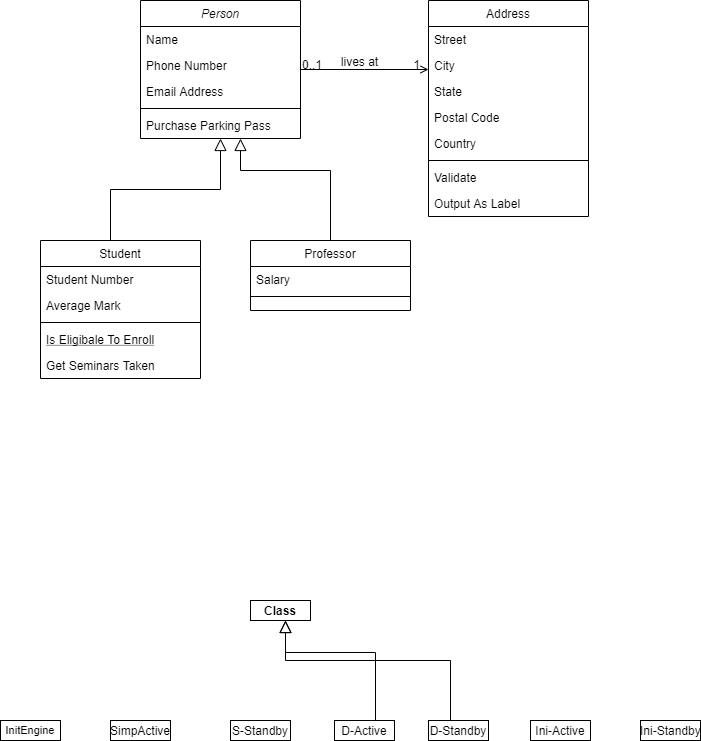
This is UML/Engine.png from Steve888888/FN-Redundancy, a draw.io export, as it was before one commit. Source tidied: cells renumbered, new cells last; positions are measured from the earlier drawing's top-left corner, leaving out a move shared by most shapes.
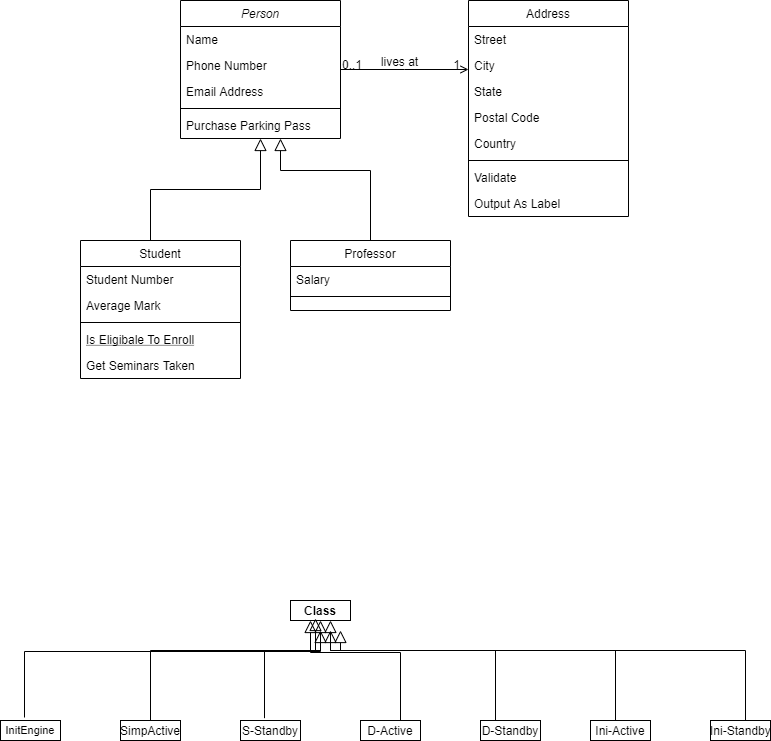
Above is the later version.

Change to the diagram source:
```diff
@@ -113,42 +113,85 @@
     </mxCell>
     <mxCell id="33" style="endArrow=block;endSize=10;endFill=0;shadow=0;strokeWidth=1;rounded=0;edgeStyle=elbowEdgeStyle;elbow=vertical;" parent="1" edge="1">
       <mxGeometry relative="1" as="geometry">
-        <mxPoint x="375" y="722" as="sourcePoint" />
-        <mxPoint x="285" y="620" as="targetPoint" />
+        <mxPoint x="360" y="722" as="sourcePoint" />
+        <mxPoint x="270" y="620" as="targetPoint" />
         <Array as="points">
-          <mxPoint x="285" y="652" />
+          <mxPoint x="270" y="652" />
         </Array>
       </mxGeometry>
     </mxCell>
     <mxCell id="34" value="&lt;p style=&quot;margin: 4px 0px 0px ; text-align: center ; font-size: 11px&quot;&gt;&lt;font style=&quot;font-size: 11px&quot;&gt;InitEngine&lt;br&gt;&lt;/font&gt;&lt;/p&gt;&lt;hr size=&quot;1&quot; style=&quot;font-size: 11px&quot;&gt;&lt;div style=&quot;height: 2px ; font-size: 11px&quot;&gt;&lt;/div&gt;" style="verticalAlign=top;align=left;overflow=fill;fontSize=12;fontFamily=Helvetica;html=1;" parent="1" vertex="1">
-      <mxGeometry y="720" width="60" height="20" as="geometry" />
+      <mxGeometry x="-40" y="720" width="60" height="20" as="geometry" />
     </mxCell>
     <mxCell id="35" value="&lt;p style=&quot;margin: 4px 0px 0px ; text-align: center&quot;&gt;SimpActive&lt;br&gt;&lt;/p&gt;" style="verticalAlign=top;align=left;overflow=fill;fontSize=12;fontFamily=Helvetica;html=1;" parent="1" vertex="1">
-      <mxGeometry x="110" y="720" width="60" height="20" as="geometry" />
+      <mxGeometry x="80" y="720" width="60" height="20" as="geometry" />
     </mxCell>
     <mxCell id="36" value="&lt;p style=&quot;margin: 0px ; margin-top: 4px ; text-align: center&quot;&gt;D-Active&lt;/p&gt;&lt;hr size=&quot;1&quot;&gt;&lt;div style=&quot;height: 2px&quot;&gt;&lt;/div&gt;" style="verticalAlign=top;align=left;overflow=fill;fontSize=12;fontFamily=Helvetica;html=1;" parent="1" vertex="1">
-      <mxGeometry x="334" y="720" width="60" height="20" as="geometry" />
+      <mxGeometry x="320" y="720" width="60" height="20" as="geometry" />
     </mxCell>
     <mxCell id="37" value="&lt;p style=&quot;margin: 0px ; margin-top: 4px ; text-align: center&quot;&gt;D-Standby&lt;br&gt;&lt;/p&gt;&lt;hr size=&quot;1&quot;&gt;&lt;div style=&quot;height: 2px&quot;&gt;&lt;/div&gt;" style="verticalAlign=top;align=left;overflow=fill;fontSize=12;fontFamily=Helvetica;html=1;" parent="1" vertex="1">
-      <mxGeometry x="428" y="720" width="60" height="20" as="geometry" />
+      <mxGeometry x="440" y="720" width="60" height="20" as="geometry" />
     </mxCell>
     <mxCell id="38" value="&lt;p style=&quot;margin: 0px ; margin-top: 4px ; text-align: center&quot;&gt;Ini-Active&lt;/p&gt;" style="verticalAlign=top;align=left;overflow=fill;fontSize=12;fontFamily=Helvetica;html=1;" parent="1" vertex="1">
-      <mxGeometry x="530" y="720" width="60" height="20" as="geometry" />
+      <mxGeometry x="550" y="720" width="60" height="20" as="geometry" />
     </mxCell>
     <mxCell id="39" value="&lt;p style=&quot;margin: 0px ; margin-top: 4px ; text-align: center&quot;&gt;S-Standby&lt;/p&gt;" style="verticalAlign=top;align=left;overflow=fill;fontSize=12;fontFamily=Helvetica;html=1;" parent="1" vertex="1">
-      <mxGeometry x="230" y="720" width="60" height="20" as="geometry" />
+      <mxGeometry x="200" y="720" width="60" height="20" as="geometry" />
     </mxCell>
     <mxCell id="40" value="&lt;p style=&quot;margin: 0px ; margin-top: 4px ; text-align: center&quot;&gt;&lt;/p&gt;&lt;div style=&quot;height: 2px&quot;&gt;Ini-Standby&lt;/div&gt;" style="verticalAlign=top;align=left;overflow=fill;fontSize=12;fontFamily=Helvetica;html=1;" parent="1" vertex="1">
-      <mxGeometry x="640" y="720" width="60" height="20" as="geometry" />
+      <mxGeometry x="670" y="720" width="60" height="20" as="geometry" />
     </mxCell>
     <mxCell id="41" style="endArrow=block;endSize=10;endFill=0;shadow=0;strokeWidth=1;rounded=0;edgeStyle=elbowEdgeStyle;elbow=vertical;" parent="1" edge="1">
       <mxGeometry relative="1" as="geometry">
-        <mxPoint x="450" y="720" as="sourcePoint" />
-        <mxPoint x="285" y="620" as="targetPoint" />
+        <mxPoint x="455" y="720" as="sourcePoint" />
+        <mxPoint x="290" y="620" as="targetPoint" />
         <Array as="points">
-          <mxPoint x="370" y="660" />
+          <mxPoint x="380" y="650" />
         </Array>
       </mxGeometry>
     </mxCell>
+    <mxCell id="42" style="endArrow=block;endSize=10;endFill=0;shadow=0;strokeWidth=1;rounded=0;edgeStyle=elbowEdgeStyle;elbow=vertical;" parent="1" edge="1">
+      <mxGeometry relative="1" as="geometry">
+        <mxPoint x="575" y="720" as="sourcePoint" />
+        <mxPoint x="290" y="630" as="targetPoint" />
+        <Array as="points">
+          <mxPoint x="500" y="650" />
+        </Array>
+      </mxGeometry>
+    </mxCell>
+    <mxCell id="43" style="endArrow=block;endSize=10;endFill=0;shadow=0;strokeWidth=1;rounded=0;edgeStyle=elbowEdgeStyle;elbow=vertical;" parent="1" edge="1">
+      <mxGeometry relative="1" as="geometry">
+        <mxPoint x="705" y="720" as="sourcePoint" />
+        <mxPoint x="300" y="630" as="targetPoint" />
+        <Array as="points">
+          <mxPoint x="630" y="650" />
+        </Array>
+      </mxGeometry>
+    </mxCell>
+    <mxCell id="44" style="endArrow=block;endSize=10;endFill=0;shadow=0;strokeWidth=1;rounded=0;edgeStyle=elbowEdgeStyle;elbow=vertical;exitX=0.4;exitY=-0.15;exitDx=0;exitDy=0;exitPerimeter=0;" parent="1" edge="1" source="34">
+      <mxGeometry relative="1" as="geometry">
+        <mxPoint x="280" y="620" as="targetPoint" />
+        <Array as="points">
+          <mxPoint x="70" y="651" />
+        </Array>
+      </mxGeometry>
+    </mxCell>
+    <mxCell id="45" style="endArrow=block;endSize=10;endFill=0;shadow=0;strokeWidth=1;rounded=0;edgeStyle=elbowEdgeStyle;elbow=vertical;exitX=0.5;exitY=0;exitDx=0;exitDy=0;" parent="1" edge="1" source="35">
+      <mxGeometry relative="1" as="geometry">
+        <mxPoint x="275" y="618" as="targetPoint" />
+        <Array as="points">
+          <mxPoint x="190" y="650" />
+        </Array>
+      </mxGeometry>
+    </mxCell>
+    <mxCell id="46" style="endArrow=block;endSize=10;endFill=0;shadow=0;strokeWidth=1;rounded=0;edgeStyle=elbowEdgeStyle;elbow=vertical;exitX=0.4;exitY=-0.117;exitDx=0;exitDy=0;exitPerimeter=0;entryX=0.5;entryY=1.5;entryDx=0;entryDy=0;entryPerimeter=0;" parent="1" edge="1" source="39" target="32">
+      <mxGeometry relative="1" as="geometry">
+        <Array as="points">
+          <mxPoint x="240" y="650" />
+          <mxPoint x="250" y="670" />
+          <mxPoint x="180" y="681" />
+        </Array>
+      </mxGeometry>
+    </mxCell>
   </root>
 </mxGraphModel>
```
